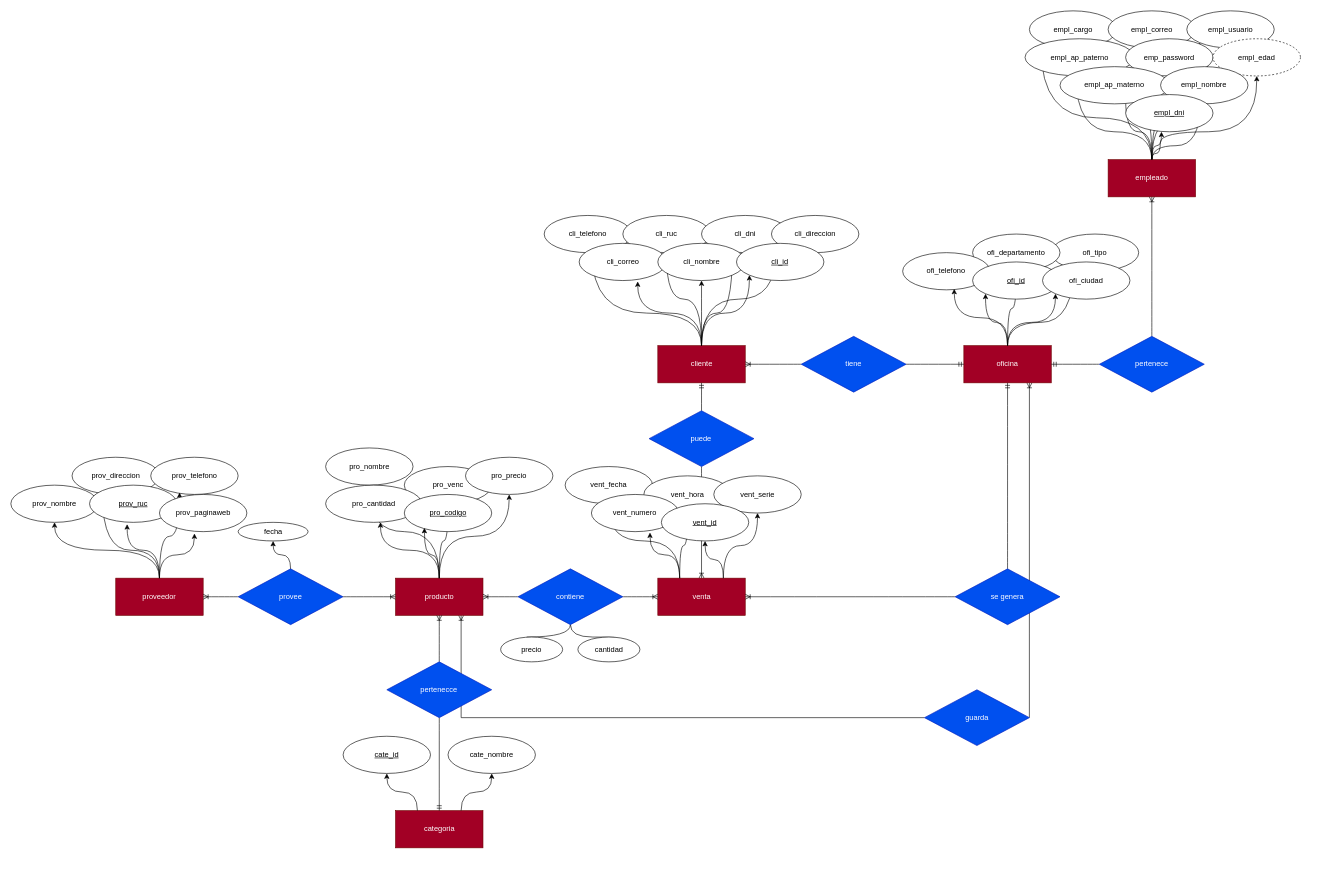
The draw.io diagram sistema de venta.drawio in armindnwyr/tda3, before the edit. Source tidied: cells renumbered, new cells numbered last; positions are measured from the earlier drawing's top-left corner, leaving out a move shared by most shapes. Both pictures are drawn from the tidied source at 62%, with x=0, y=0 at pixel (11, 11).
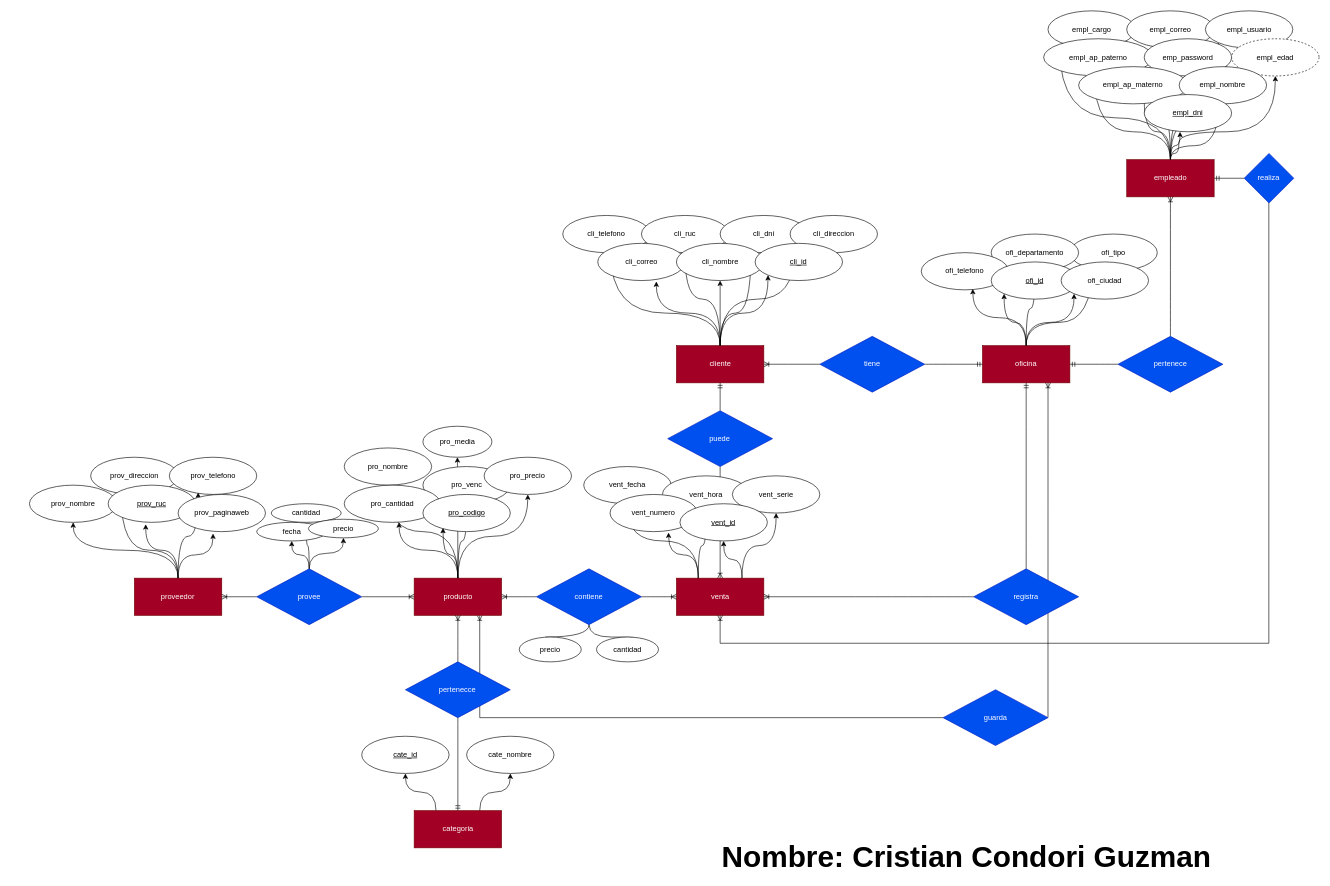
Above is the later version.

The change refers to these unchanged cells:
```xml
<mxCell id="19" value="empleado" style="whiteSpace=wrap;align=center;fillColor=#a20025;strokeColor=#6F0000;fontColor=#ffffff;strokeWidth=1;spacing=2;" parent="2" vertex="1">
  <mxGeometry x="1769.8" y="240" width="141" height="60" as="geometry" />
</mxCell>
<mxCell id="20" value="venta" style="whiteSpace=wrap;align=center;fillColor=#a20025;strokeColor=#6F0000;fontColor=#ffffff;strokeWidth=1;spacing=2;" parent="2" vertex="1">
  <mxGeometry x="1043.5" y="915" width="141" height="60" as="geometry" />
</mxCell>
<mxCell id="21" value="producto" style="whiteSpace=wrap;align=center;fillColor=#a20025;strokeColor=#6F0000;fontColor=#ffffff;strokeWidth=1;spacing=2;" parent="2" vertex="1">
  <mxGeometry x="620.5" y="915" width="141" height="60" as="geometry" />
</mxCell>
<mxCell id="104" value="provee" style="shape=rhombus;perimeter=rhombusPerimeter;whiteSpace=wrap;align=center;fillColor=#0050ef;strokeColor=#001DBC;fontColor=#ffffff;strokeWidth=1;spacing=2;" parent="2" vertex="1">
  <mxGeometry x="366.6" y="900" width="169.2" height="90" as="geometry" />
</mxCell>
```

Change to the diagram source:
```diff
@@
+    <mxCell id="116" style="group;" parent="1" vertex="1">
+      <mxGeometry x="30" width="2080" height="1380" as="geometry" />
+    </mxCell>
-    <mxCell id="2" style="group;strokeWidth=1;spacing=2;" parent="1" vertex="1">
-      <mxGeometry width="2080" height="1350" as="geometry" />
+    <mxCell id="2" style="group;strokeWidth=1;spacing=2;" parent="116" vertex="1">
+      <mxGeometry width="2080" height="1380" as="geometry" />
     </mxCell>
@@
+    <mxCell id="117" style="edgeStyle=orthogonalEdgeStyle;rounded=0;jettySize=auto;html=1;endArrow=none;endFill=0;startArrow=ERmandOne;startFill=0;" parent="2" edge="1" source="19" target="121">
+      <mxGeometry relative="1" as="geometry" />
+    </mxCell>
@@
+    <mxCell id="118" style="edgeStyle=orthogonalEdgeStyle;rounded=0;jettySize=auto;html=1;entryX=0.5;entryY=1;entryDx=0;entryDy=0;curved=1;" parent="2" edge="1" source="21" target="123">
+      <mxGeometry relative="1" as="geometry" />
+    </mxCell>
@@
+    <mxCell id="119" style="edgeStyle=orthogonalEdgeStyle;curved=1;rounded=0;jettySize=auto;html=1;" parent="2" edge="1" source="104" target="124">
+      <mxGeometry relative="1" as="geometry" />
+    </mxCell>
+    <mxCell id="120" style="edgeStyle=orthogonalEdgeStyle;curved=1;rounded=0;jettySize=auto;html=1;" parent="2" edge="1" source="104" target="125">
+      <mxGeometry relative="1" as="geometry" />
+    </mxCell>
@@
-    <mxCell id="112" value="se genera" style="shape=rhombus;perimeter=rhombusPerimeter;whiteSpace=wrap;align=center;fillColor=#0050ef;strokeColor=#001DBC;fontColor=#ffffff;strokeWidth=1;spacing=2;" parent="2" vertex="1">
+    <mxCell id="112" value="registra" style="shape=rhombus;perimeter=rhombusPerimeter;whiteSpace=wrap;align=center;fillColor=#0050ef;strokeColor=#001DBC;fontColor=#ffffff;strokeWidth=1;spacing=2;" parent="2" vertex="1">
       <mxGeometry x="1523" y="900" width="169.2" height="90" as="geometry" />
     </mxCell>
@@
+    <mxCell id="121" value="realiza" style="rhombus;whiteSpace=wrap;html=1;fontColor=#ffffff;strokeColor=#001DBC;strokeWidth=1;fillColor=#0050ef;spacing=2;" parent="2" vertex="1">
+      <mxGeometry x="1959.3" y="230" width="80" height="80" as="geometry" />
+    </mxCell>
+    <mxCell id="122" style="edgeStyle=orthogonalEdgeStyle;rounded=0;jettySize=auto;html=1;startArrow=ERoneToMany;startFill=0;endArrow=none;endFill=0;" parent="2" edge="1" source="20" target="121">
+      <mxGeometry relative="1" as="geometry">
+        <Array as="points">
+          <mxPoint x="1114" y="1020" />
+          <mxPoint x="1999" y="1020" />
+        </Array>
+      </mxGeometry>
+    </mxCell>
+    <mxCell id="123" value="pro_media" style="ellipse;whiteSpace=wrap;html=1;align=center;" parent="2" vertex="1">
+      <mxGeometry x="634.6" y="670" width="111.3" height="50" as="geometry" />
+    </mxCell>
+    <mxCell id="124" value="cantidad" style="ellipse;whiteSpace=wrap;strokeWidth=1;spacing=2;" parent="2" vertex="1">
+      <mxGeometry x="390" y="795" width="112.8" height="30" as="geometry" />
+    </mxCell>
+    <mxCell id="125" value="precio" style="ellipse;whiteSpace=wrap;strokeWidth=1;spacing=2;" parent="2" vertex="1">
+      <mxGeometry x="450" y="820" width="112.8" height="30" as="geometry" />
+    </mxCell>
+    <mxCell id="126" value="&lt;font style=&quot;font-size: 48px&quot;&gt;&lt;b style=&quot;background-color: rgb(255 , 255 , 255)&quot;&gt;Nombre: Cristian Condori Guzman&lt;/b&gt;&lt;/font&gt;" style="text;html=1;align=center;verticalAlign=middle;" parent="2" vertex="1">
+      <mxGeometry x="1110.8" y="1350" width="800" height="30" as="geometry" />
+    </mxCell>
```
